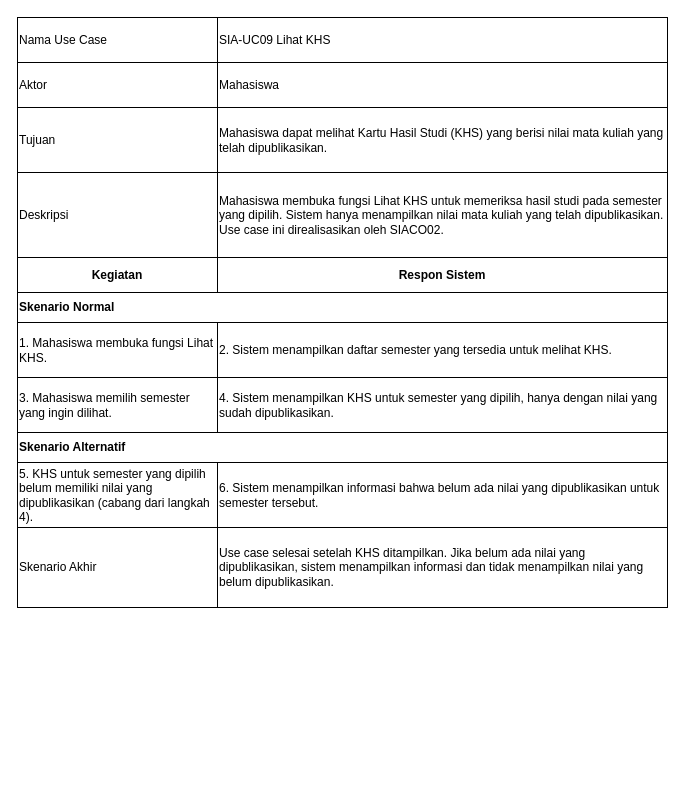
Earlier version of the draw.io diagram page "SIA-UC09" (3 of 7) of 04_model_analisis/P05/SIA/P05_2406016_SIA_skenario_v01.drawio (eqy13/IFRWP5149_2406016_LabAlat). Source tidied: cells renumbered, new cells numbered last; positions are measured from the earlier drawing's top-left corner, leaving out a move shared by most shapes. Both pictures are drawn from the tidied source at 100%, with x=0, y=0 at pixel (17, 17).
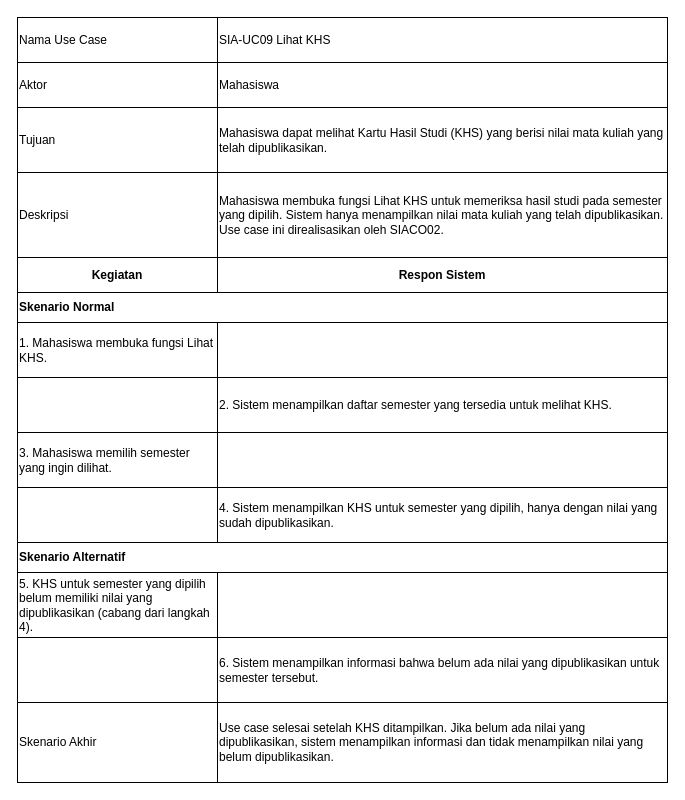
Above is the later version.

The change refers to these unchanged cells:
```xml
<mxCell id="20" style="shape=tableRow;horizontal=0;startSize=0;" parent="2" vertex="1">
  <mxGeometry y="305" width="650" height="55" as="geometry" />
</mxCell>
<mxCell id="23" style="shape=tableRow;horizontal=0;startSize=0;" parent="2" vertex="1">
  <mxGeometry y="360" width="650" height="55" as="geometry" />
</mxCell>
```

The edit, as a diff of the source:
```diff
@@
     <mxCell id="2" style="shape=table;startSize=0;childLayout=tableLayout;fixedHeader=1;tableRender=collapsed;fillColor=none;strokeColor=#000000;" parent="1" vertex="1">
-      <mxGeometry width="650" height="590" as="geometry" />
+      <mxGeometry width="650" height="765" as="geometry" />
     </mxCell>
@@
-    <mxCell id="21" value="1. Mahasiswa membuka fungsi Lihat KHS." style="shape=partialRectangle;html=1;whiteSpace=wrap;align=left;verticalAlign=middle;fillColor=none;strokeColor=#000000;" parent="20" vertex="1">
+    <mxCell id="21" value="1. Mahasiswa membuka fungsi Lihat KHS." style="shape=partialRectangle;html=1;whiteSpace=wrap;align=left;verticalAlign=middle;fillColor=none;strokeColor=#000000;strokeWidth=1;" parent="20" vertex="1">
       <mxGeometry width="200" height="55" as="geometry" />
     </mxCell>
-    <mxCell id="22" value="2. Sistem menampilkan daftar semester yang tersedia untuk melihat KHS." style="shape=partialRectangle;html=1;whiteSpace=wrap;align=left;verticalAlign=middle;fillColor=none;strokeColor=#000000;" parent="20" vertex="1">
+    <mxCell id="22" style="shape=partialRectangle;html=1;whiteSpace=wrap;align=left;verticalAlign=middle;fillColor=none;strokeColor=#000000;strokeWidth=1;" parent="20" vertex="1">
       <mxGeometry x="200" width="450" height="55" as="geometry" />
     </mxCell>
@@
-    <mxCell id="24" value="3. Mahasiswa memilih semester yang ingin dilihat." style="shape=partialRectangle;html=1;whiteSpace=wrap;align=left;verticalAlign=middle;fillColor=none;strokeColor=#000000;" parent="23" vertex="1">
+    <mxCell id="24" style="shape=partialRectangle;html=1;whiteSpace=wrap;align=left;verticalAlign=middle;fillColor=none;strokeColor=#000000;strokeWidth=1;" parent="23" vertex="1">
       <mxGeometry width="200" height="55" as="geometry" />
     </mxCell>
-    <mxCell id="25" value="4. Sistem menampilkan KHS untuk semester yang dipilih, hanya dengan nilai yang sudah dipublikasikan." style="shape=partialRectangle;html=1;whiteSpace=wrap;align=left;verticalAlign=middle;fillColor=none;strokeColor=#000000;" parent="23" vertex="1">
+    <mxCell id="25" value="2. Sistem menampilkan daftar semester yang tersedia untuk melihat KHS." style="shape=partialRectangle;html=1;whiteSpace=wrap;align=left;verticalAlign=middle;fillColor=none;strokeColor=#000000;strokeWidth=1;" parent="23" vertex="1">
       <mxGeometry x="200" width="450" height="55" as="geometry" />
     </mxCell>
     <mxCell id="26" style="shape=tableRow;horizontal=0;startSize=0;" parent="2" vertex="1">
-      <mxGeometry y="415" width="650" height="30" as="geometry" />
+      <mxGeometry y="525" width="650" height="30" as="geometry" />
     </mxCell>
@@
     <mxCell id="28" style="shape=tableRow;horizontal=0;startSize=0;" parent="2" vertex="1">
-      <mxGeometry y="445" width="650" height="65" as="geometry" />
+      <mxGeometry y="555" width="650" height="65" as="geometry" />
     </mxCell>
-    <mxCell id="29" value="5. KHS untuk semester yang dipilih belum memiliki nilai yang dipublikasikan (cabang dari langkah 4)." style="shape=partialRectangle;html=1;whiteSpace=wrap;align=left;verticalAlign=middle;fillColor=none;strokeColor=#000000;" parent="28" vertex="1">
+    <mxCell id="29" value="5. KHS untuk semester yang dipilih belum memiliki nilai yang dipublikasikan (cabang dari langkah 4)." style="shape=partialRectangle;html=1;whiteSpace=wrap;align=left;verticalAlign=middle;fillColor=none;strokeColor=#000000;strokeWidth=1;" parent="28" vertex="1">
       <mxGeometry width="200" height="65" as="geometry" />
     </mxCell>
-    <mxCell id="30" value="6. Sistem menampilkan informasi bahwa belum ada nilai yang dipublikasikan untuk semester tersebut." style="shape=partialRectangle;html=1;whiteSpace=wrap;align=left;verticalAlign=middle;fillColor=none;strokeColor=#000000;" parent="28" vertex="1">
+    <mxCell id="30" style="shape=partialRectangle;html=1;whiteSpace=wrap;align=left;verticalAlign=middle;fillColor=none;strokeColor=#000000;strokeWidth=1;" parent="28" vertex="1">
       <mxGeometry x="200" width="450" height="65" as="geometry" />
     </mxCell>
     <mxCell id="31" style="shape=tableRow;horizontal=0;startSize=0;" parent="2" vertex="1">
-      <mxGeometry y="510" width="650" height="80" as="geometry" />
+      <mxGeometry y="685" width="650" height="80" as="geometry" />
     </mxCell>
@@
+    <mxCell id="34" style="shape=tableRow;horizontal=0;startSize=0;" parent="2" vertex="1">
+      <mxGeometry y="415" width="650" height="55" as="geometry" />
+    </mxCell>
+    <mxCell id="35" value="3. Mahasiswa memilih semester yang ingin dilihat." style="shape=partialRectangle;html=1;whiteSpace=wrap;align=left;verticalAlign=middle;fillColor=none;strokeColor=#000000;strokeWidth=1;" parent="34" vertex="1">
+      <mxGeometry width="200" height="55" as="geometry" />
+    </mxCell>
+    <mxCell id="36" style="shape=partialRectangle;html=1;whiteSpace=wrap;align=left;verticalAlign=middle;fillColor=none;strokeColor=#000000;strokeWidth=1;" parent="34" vertex="1">
+      <mxGeometry x="200" width="450" height="55" as="geometry" />
+    </mxCell>
+    <mxCell id="37" style="shape=tableRow;horizontal=0;startSize=0;" parent="2" vertex="1">
+      <mxGeometry y="470" width="650" height="55" as="geometry" />
+    </mxCell>
+    <mxCell id="38" style="shape=partialRectangle;html=1;whiteSpace=wrap;align=left;verticalAlign=middle;fillColor=none;strokeColor=#000000;strokeWidth=1;" parent="37" vertex="1">
+      <mxGeometry width="200" height="55" as="geometry" />
+    </mxCell>
+    <mxCell id="39" value="4. Sistem menampilkan KHS untuk semester yang dipilih, hanya dengan nilai yang sudah dipublikasikan." style="shape=partialRectangle;html=1;whiteSpace=wrap;align=left;verticalAlign=middle;fillColor=none;strokeColor=#000000;strokeWidth=1;" parent="37" vertex="1">
+      <mxGeometry x="200" width="450" height="55" as="geometry" />
+    </mxCell>
+    <mxCell id="40" style="shape=tableRow;horizontal=0;startSize=0;" parent="2" vertex="1">
+      <mxGeometry y="620" width="650" height="65" as="geometry" />
+    </mxCell>
+    <mxCell id="41" style="shape=partialRectangle;html=1;whiteSpace=wrap;align=left;verticalAlign=middle;fillColor=none;strokeColor=#000000;strokeWidth=1;" parent="40" vertex="1">
+      <mxGeometry width="200" height="65" as="geometry" />
+    </mxCell>
+    <mxCell id="42" value="6. Sistem menampilkan informasi bahwa belum ada nilai yang dipublikasikan untuk semester tersebut." style="shape=partialRectangle;html=1;whiteSpace=wrap;align=left;verticalAlign=middle;fillColor=none;strokeColor=#000000;strokeWidth=1;" parent="40" vertex="1">
+      <mxGeometry x="200" width="450" height="65" as="geometry" />
+    </mxCell>
```
